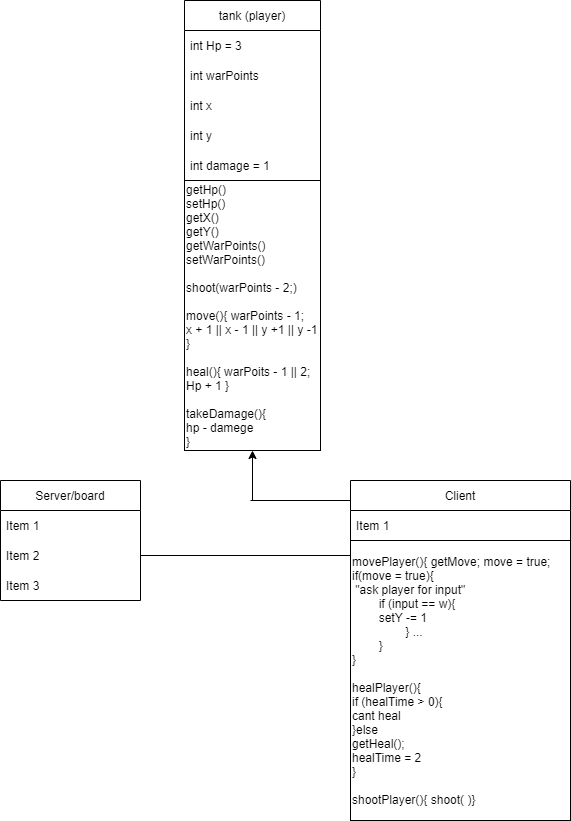
Earlier version of the draw.io export document/Untitled Diagram.drawio.png (Timpan42/slutprojekt_programering_2023). Source tidied: cells renumbered, new cells last; positions are measured from the earlier drawing's top-left corner, leaving out a move shared by most shapes.
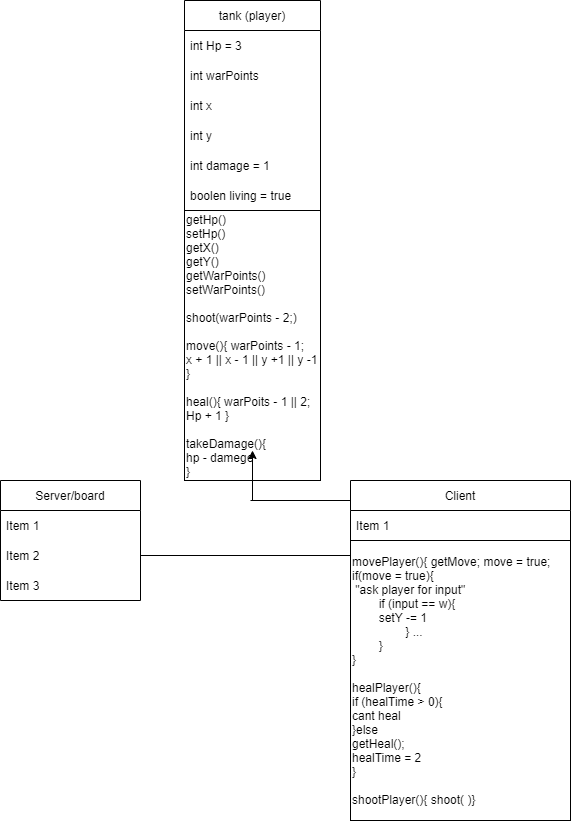
Above is the later version.

Commit message:
att heal spelaren funkar och om man inte kan, living fins för att kolla om spelaren lever.

The edit, as a diff of the source:
```diff
@@ -3,7 +3,7 @@
     <mxCell id="0" />
     <mxCell id="1" parent="0" />
     <mxCell id="2" value="tank (player)" style="swimlane;fontStyle=0;horizontal=1;startSize=30;whiteSpace=wrap;html=1;" parent="1" vertex="1">
-      <mxGeometry x="184" width="136" height="450" as="geometry" />
+      <mxGeometry x="184" width="136" height="480" as="geometry" />
     </mxCell>
     <mxCell id="3" value="int Hp = 3" style="text;strokeColor=none;fillColor=none;align=left;verticalAlign=middle;spacingLeft=4;spacingRight=4;overflow=hidden;whiteSpace=wrap;html=1;" parent="2" vertex="1">
       <mxGeometry y="30" width="136" height="30" as="geometry" />
@@ -20,8 +20,11 @@
     <mxCell id="7" value="int damage = 1&amp;nbsp;" style="text;strokeColor=none;fillColor=none;align=left;verticalAlign=middle;spacingLeft=4;spacingRight=4;overflow=hidden;whiteSpace=wrap;html=1;" parent="2" vertex="1">
       <mxGeometry y="150" width="136" height="30" as="geometry" />
     </mxCell>
+    <mxCell id="19" value="boolen living = true&amp;nbsp;" style="text;strokeColor=none;fillColor=none;align=left;verticalAlign=middle;spacingLeft=4;spacingRight=4;overflow=hidden;whiteSpace=wrap;html=1;" parent="2" vertex="1">
+      <mxGeometry y="180" width="136" height="30" as="geometry" />
+    </mxCell>
     <mxCell id="8" value="getHp()&lt;br&gt;setHp()&lt;br&gt;getX()&lt;br&gt;getY()&lt;br&gt;getWarPoints()&lt;br&gt;setWarPoints()&lt;br&gt;&lt;br&gt;shoot(warPoints - 2;)&lt;br&gt;&lt;br&gt;move(){ warPoints - 1;&amp;nbsp;&lt;br&gt;x + 1 || x - 1 || y +1 || y -1&lt;br&gt;}&lt;br&gt;&lt;br&gt;heal(){ warPoits - 1 || 2;&lt;br&gt;Hp + 1 }&lt;br&gt;&lt;br&gt;takeDamage(){&lt;br&gt;hp - damege&lt;br&gt;}" style="rounded=0;whiteSpace=wrap;html=1;align=left;" parent="2" vertex="1">
-      <mxGeometry y="180" width="136" height="270" as="geometry" />
+      <mxGeometry y="210" width="136" height="270" as="geometry" />
     </mxCell>
     <mxCell id="9" value="Server/board" style="swimlane;fontStyle=0;horizontal=1;startSize=30;whiteSpace=wrap;html=1;" parent="1" vertex="1">
       <mxGeometry y="480" width="140" height="120" as="geometry" />
```
